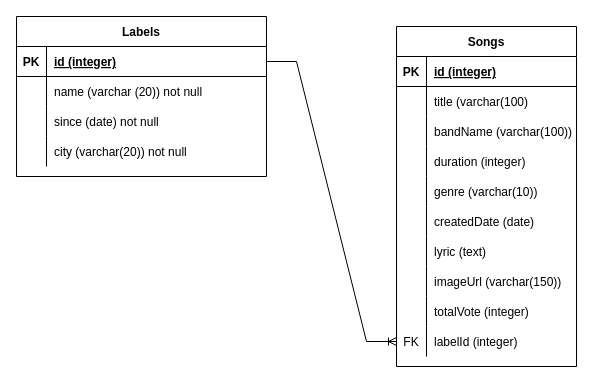
Before: songLabel.drawio in dandirahmadani19/LetsVacation, a draw.io diagram. Source tidied: cells renumbered, new cells numbered last; positions are measured from the earlier drawing's top-left corner, leaving out a move shared by most shapes. Both pictures are drawn from the tidied source at 100%, with x=0, y=0 at pixel (16, 16).
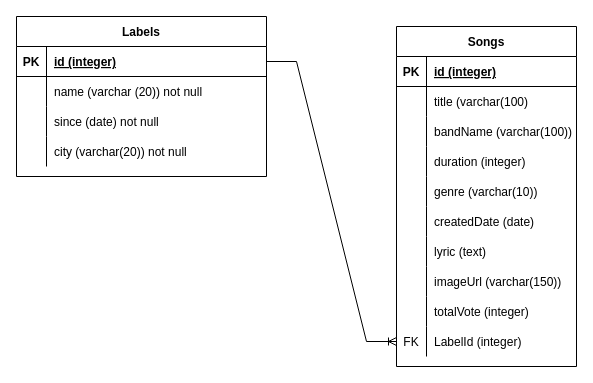
Above is the later version.

The change refers to these unchanged cells:
```xml
<mxCell id="43" style="shape=tableRow;horizontal=0;startSize=0;swimlaneHead=0;swimlaneBody=0;fillColor=none;points=[[0,0.5],[1,0.5]];portConstraint=eastwest;top=0;left=0;right=0;bottom=0;" parent="15" vertex="1">
  <mxGeometry y="300" width="180" height="30" as="geometry" />
</mxCell>
```

The edit, as a diff of the source:
```diff
@@
-    <mxCell id="45" value="labelId (integer)" style="shape=partialRectangle;fillColor=none;top=0;left=0;bottom=0;right=0;align=left;spacingLeft=6;overflow=hidden;" parent="43" vertex="1">
+    <mxCell id="45" value="LabelId (integer)" style="shape=partialRectangle;fillColor=none;top=0;left=0;bottom=0;right=0;align=left;spacingLeft=6;overflow=hidden;" parent="43" vertex="1">
       <mxGeometry x="30" width="150" height="30" as="geometry" />
     </mxCell>
```
